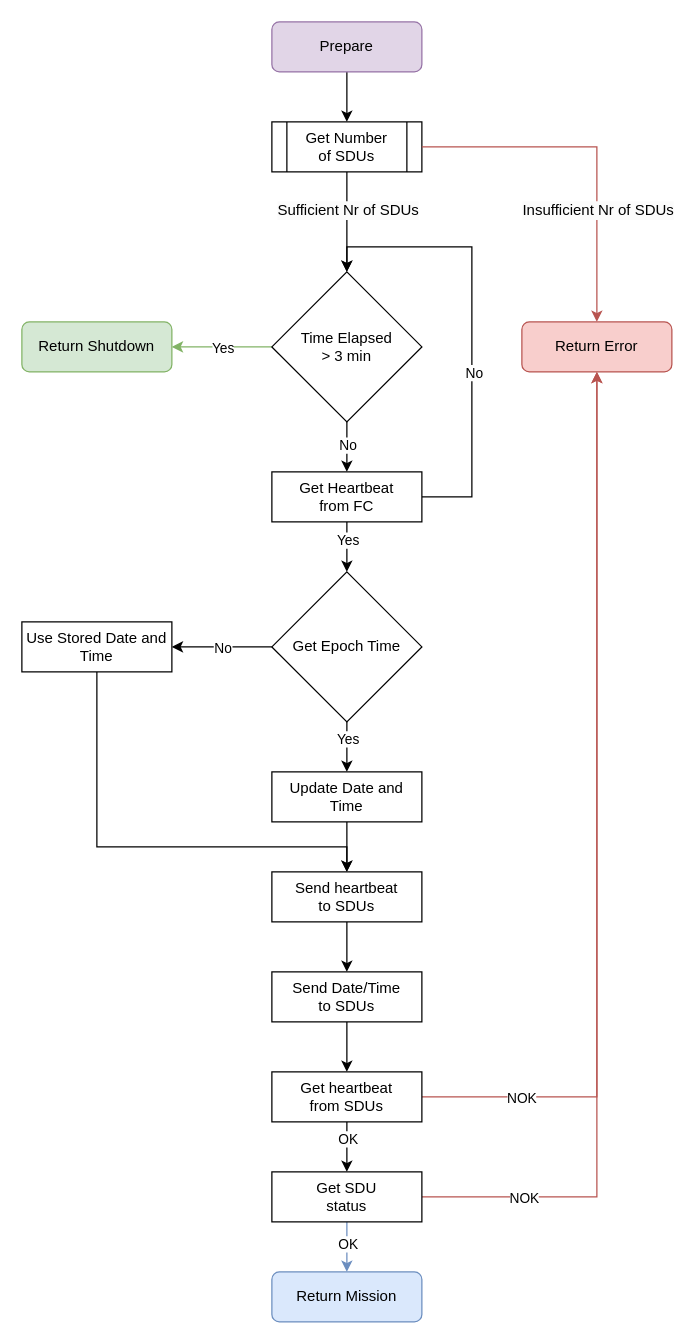
carlosrijo9/ISEP keeps this draw.io diagram as page "MDU_PREPARE" (3 of 10) of MESCC/2nd_year/2nd_semester/system_diagram.drawio. Above is the earlier version. Source tidied: cells renumbered, new cells numbered last; positions are measured from the earlier drawing's top-left corner, leaving out a move shared by most shapes. Both pictures are drawn from the tidied source at 125%, with x=0, y=0 at pixel (21, 21).
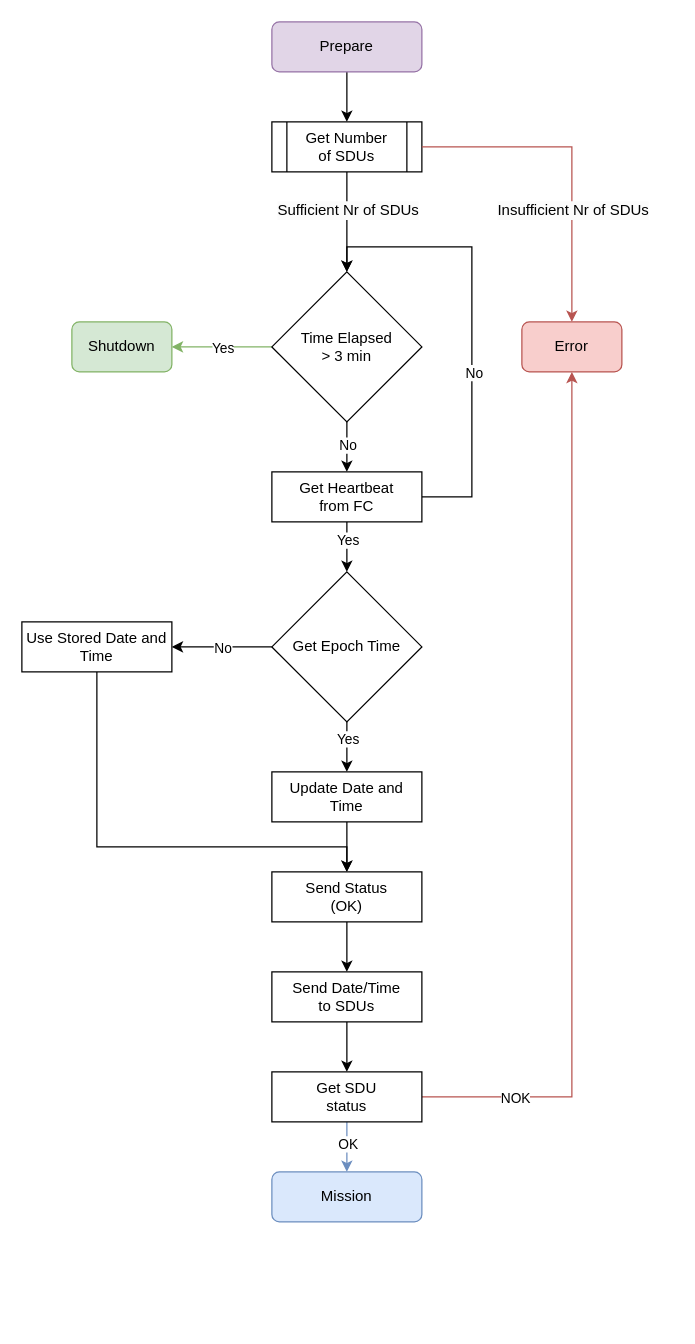
The same page after the edit.

Unchanged cells that the change refers to:
```xml
<mxCell id="28" style="edgeStyle=orthogonalEdgeStyle;rounded=0;jettySize=auto;html=1;entryX=0.5;entryY=0;entryDx=0;entryDy=0;exitX=1;exitY=0.5;exitDx=0;exitDy=0;fillColor=#f8cecc;strokeColor=#b85450;" parent="1" edge="1" source="27" target="35">
  <mxGeometry relative="1" as="geometry" />
</mxCell>
<mxCell id="38" value="Send Date/Time&lt;div&gt;to SDUs&lt;/div&gt;" style="rounded=0;whiteSpace=wrap;html=1;" parent="1" vertex="1">
  <mxGeometry x="200" y="760" width="120" height="40" as="geometry" />
</mxCell>
```

What changed in the source:
```diff
@@
-    <mxCell id="4" style="edgeStyle=orthogonalEdgeStyle;rounded=0;jettySize=auto;html=1;exitX=1;exitY=0.5;exitDx=0;exitDy=0;entryX=0.5;entryY=1;entryDx=0;entryDy=0;fillColor=#f8cecc;strokeColor=#b85450;" parent="1" edge="1" source="43" target="35">
-      <mxGeometry relative="1" as="geometry" />
-    </mxCell>
-    <mxCell id="5" value="NOK" style="edgeLabel;html=1;align=center;verticalAlign=middle;" parent="4" vertex="1">
-      <mxGeometry x="-0.84" y="1" relative="1" as="geometry">
-        <mxPoint x="21" y="1" as="offset" />
-      </mxGeometry>
-    </mxCell>
@@
     <mxCell id="29" value="&lt;div style=&quot;border-color: var(--border-color); font-size: 12px; background-color: rgb(251, 251, 251);&quot;&gt;Insufficient Nr of SDUs&lt;br&gt;&lt;/div&gt;" style="edgeLabel;html=1;align=center;verticalAlign=middle;" parent="28" vertex="1">
       <mxGeometry x="-0.39" y="-3" relative="1" as="geometry">
-        <mxPoint x="55" y="47" as="offset" />
+        <mxPoint x="41" y="47" as="offset" />
       </mxGeometry>
     </mxCell>
@@
-    <mxCell id="34" value="Return Shutdown" style="rounded=1;whiteSpace=wrap;html=1;fillColor=#d5e8d4;strokeColor=#82b366;" parent="1" vertex="1">
-      <mxGeometry y="240" width="120" height="40" as="geometry" />
+    <mxCell id="34" value="Shutdown" style="rounded=1;whiteSpace=wrap;html=1;fillColor=#d5e8d4;strokeColor=#82b366;" parent="1" vertex="1">
+      <mxGeometry x="40" y="240" width="80" height="40" as="geometry" />
     </mxCell>
-    <mxCell id="35" value="Return Error" style="rounded=1;whiteSpace=wrap;html=1;fillColor=#f8cecc;strokeColor=#b85450;" parent="1" vertex="1">
-      <mxGeometry x="400" y="240" width="120" height="40" as="geometry" />
+    <mxCell id="35" value="Error" style="rounded=1;whiteSpace=wrap;html=1;fillColor=#f8cecc;strokeColor=#b85450;" parent="1" vertex="1">
+      <mxGeometry x="400" y="240" width="80" height="40" as="geometry" />
     </mxCell>
-    <mxCell id="36" value="Return Mission" style="rounded=1;whiteSpace=wrap;html=1;fillColor=#dae8fc;strokeColor=#6c8ebf;" parent="1" vertex="1">
-      <mxGeometry x="200" y="1000" width="120" height="40" as="geometry" />
+    <mxCell id="36" value="Mission" style="rounded=1;whiteSpace=wrap;html=1;fillColor=#dae8fc;strokeColor=#6c8ebf;" parent="1" vertex="1">
+      <mxGeometry x="200" y="920" width="120" height="40" as="geometry" />
     </mxCell>
-    <mxCell id="37" style="edgeStyle=orthogonalEdgeStyle;rounded=0;jettySize=auto;html=1;" parent="1" edge="1" source="38" target="43">
+    <mxCell id="37" style="edgeStyle=orthogonalEdgeStyle;rounded=0;jettySize=auto;html=1;entryX=0.5;entryY=0;entryDx=0;entryDy=0;" parent="1" edge="1" source="38" target="44">
       <mxGeometry relative="1" as="geometry" />
     </mxCell>
@@
-    <mxCell id="40" value="Send heartbeat&lt;div&gt;to SDUs&lt;/div&gt;" style="rounded=0;whiteSpace=wrap;html=1;" parent="1" vertex="1">
+    <mxCell id="40" value="Send Status&lt;div&gt;(OK)&lt;/div&gt;" style="rounded=0;whiteSpace=wrap;html=1;" parent="1" vertex="1">
       <mxGeometry x="200" y="680" width="120" height="40" as="geometry" />
     </mxCell>
-    <mxCell id="41" style="edgeStyle=orthogonalEdgeStyle;rounded=0;jettySize=auto;html=1;" parent="1" edge="1" source="43" target="44">
-      <mxGeometry relative="1" as="geometry" />
-    </mxCell>
-    <mxCell id="42" value="OK" style="edgeLabel;html=1;align=center;verticalAlign=middle;" parent="41" vertex="1">
-      <mxGeometry x="-0.33" relative="1" as="geometry" />
-    </mxCell>
-    <mxCell id="43" value="Get heartbeat&lt;div&gt;from SDUs&lt;/div&gt;" style="rounded=0;whiteSpace=wrap;html=1;" parent="1" vertex="1">
-      <mxGeometry x="200" y="840" width="120" height="40" as="geometry" />
-    </mxCell>
     <mxCell id="44" value="Get SDU&lt;div&gt;status&lt;/div&gt;" style="rounded=0;whiteSpace=wrap;html=1;" parent="1" vertex="1">
-      <mxGeometry x="200" y="920" width="120" height="40" as="geometry" />
+      <mxGeometry x="200" y="840" width="120" height="40" as="geometry" />
     </mxCell>
```
